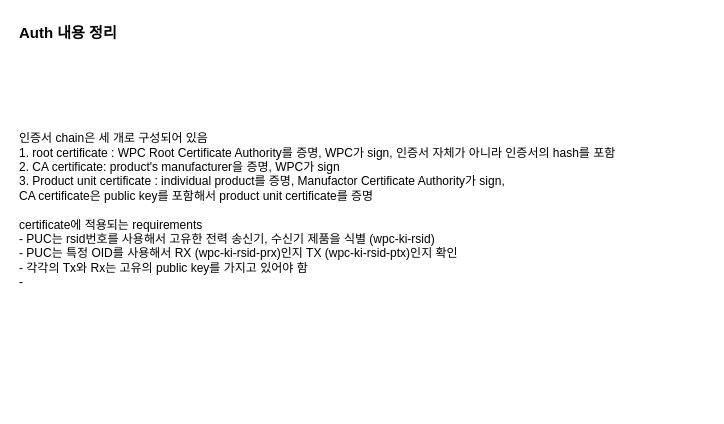
Earlier version of the draw.io diagram diagram/Auth.drawio (Jwoo0725/Ki). Source tidied: cells renumbered, new cells numbered last; positions are measured from the earlier drawing's top-left corner, leaving out a move shared by most shapes. Both pictures are drawn from the tidied source at 100%, with x=0, y=0 at pixel (17, 17).
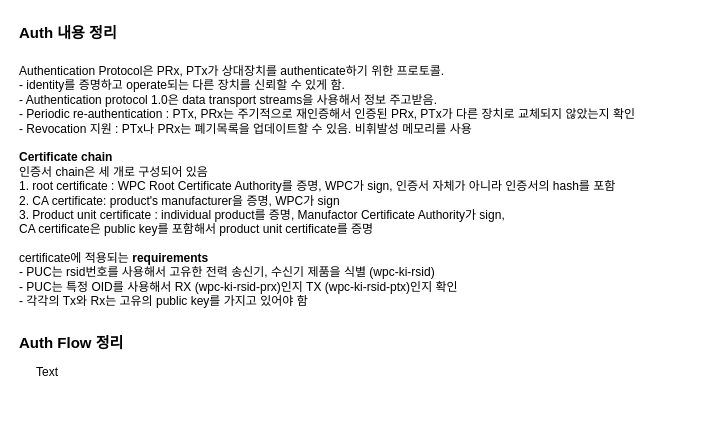
The same page after the edit.

Diff of the diagram source:
```diff
@@
 <mxGraphModel>
   <root>
     <mxCell id="0" />
     <mxCell id="1" parent="0" />
     <mxCell id="2" value="Auth 내용 정리" style="text;html=1;whiteSpace=wrap;strokeColor=none;fillColor=none;align=left;verticalAlign=middle;rounded=0;fontStyle=1;fontSize=15;" parent="1" vertex="1">
       <mxGeometry width="120" height="30" as="geometry" />
     </mxCell>
-    <mxCell id="3" value="인증서 chain은 세 개로 구성되어 있음&lt;div&gt;1. root certificate : WPC Root Certificate Authority를 증명, WPC가 sign, 인증서 자체가 아니라 인증서의 hash를 포함&lt;/div&gt;&lt;div&gt;2. CA certificate: product's manufacturer을 증명, WPC가 sign&lt;/div&gt;&lt;div&gt;3. Product unit certificate : individual product를 증명, Manufactor Certificate Authority가 sign,&lt;/div&gt;&lt;div&gt;CA certificate은 public key를 포함해서 product unit certificate를 증명&lt;/div&gt;&lt;div&gt;&lt;br&gt;&lt;/div&gt;&lt;div&gt;certificate에 적용되는 requirements&lt;/div&gt;&lt;div&gt;- PUC는 rsid번호를 사용해서 고유한 전력 송신기, 수신기 제품을 식별 (wpc-ki-rsid)&lt;/div&gt;&lt;div&gt;- PUC는 특정 OID를 사용해서 RX&lt;span style=&quot;background-color: transparent; color: light-dark(rgb(0, 0, 0), rgb(255, 255, 255));&quot;&gt;&amp;nbsp;&lt;/span&gt;&lt;span style=&quot;background-color: transparent; color: light-dark(rgb(0, 0, 0), rgb(255, 255, 255));&quot;&gt;(wpc-ki-rsid-prx)&lt;/span&gt;&lt;span style=&quot;background-color: transparent; color: light-dark(rgb(0, 0, 0), rgb(255, 255, 255));&quot;&gt;인지 TX&lt;/span&gt;&lt;span style=&quot;background-color: transparent; color: light-dark(rgb(0, 0, 0), rgb(255, 255, 255));&quot;&gt;&amp;nbsp;&lt;/span&gt;&lt;span style=&quot;background-color: transparent; color: light-dark(rgb(0, 0, 0), rgb(255, 255, 255));&quot;&gt;(wpc-ki-rsid-ptx)&lt;/span&gt;&lt;span style=&quot;background-color: transparent; color: light-dark(rgb(0, 0, 0), rgb(255, 255, 255));&quot;&gt;인지 확인&lt;/span&gt;&lt;/div&gt;&lt;div&gt;- 각각의 Tx와 Rx는 고유의 public key를 가지고 있어야 함&lt;/div&gt;&lt;div&gt;-&amp;nbsp;&lt;/div&gt;&lt;div&gt;&lt;br&gt;&lt;/div&gt;" style="text;html=1;whiteSpace=wrap;strokeColor=none;fillColor=none;align=left;verticalAlign=middle;rounded=0;" parent="1" vertex="1">
-      <mxGeometry y="10" width="690" height="380" as="geometry" />
+    <mxCell id="3" value="&lt;div&gt;Authentication Protocol은 PRx, PTx가 상대장치를 authenticate하기 위한 프로토콜.&lt;/div&gt;&lt;div&gt;- identity를 증명하고 operate되는 다른 장치를 신뢰할 수 있게 함.&amp;nbsp;&lt;/div&gt;&lt;div&gt;- Authentication protocol 1.0은 data transport streams을 사용해서 정보 주고받음.&amp;nbsp;&lt;/div&gt;&lt;div&gt;- Periodic re-authentication : PTx, PRx는 주기적으로 재인증해서 인증된 PRx, PTx가 다른 장치로 교체되지 않았는지 확인&lt;/div&gt;&lt;div&gt;- Revocation 지원 : PTx나 PRx는 폐기목록을 업데이트할 수 있음. 비휘발성 메모리를 사용&lt;/div&gt;&lt;div&gt;&lt;br&gt;&lt;/div&gt;&lt;div&gt;&lt;b&gt;Certificate chain&lt;/b&gt;&lt;/div&gt;인증서 chain은 세 개로 구성되어 있음&lt;div&gt;1. root certificate : WPC Root Certificate Authority를 증명, WPC가 sign, 인증서 자체가 아니라 인증서의 hash를 포함&lt;/div&gt;&lt;div&gt;2. CA certificate: product's manufacturer을 증명, WPC가 sign&lt;/div&gt;&lt;div&gt;3. Product unit certificate : individual product를 증명, Manufactor Certificate Authority가 sign,&lt;/div&gt;&lt;div&gt;CA certificate은 public key를 포함해서 product unit certificate를 증명&lt;/div&gt;&lt;div&gt;&lt;br&gt;&lt;/div&gt;&lt;div&gt;certificate에 적용되는 &lt;b&gt;requirements&lt;/b&gt;&lt;/div&gt;&lt;div&gt;- PUC는 rsid번호를 사용해서 고유한 전력 송신기, 수신기 제품을 식별 (wpc-ki-rsid)&lt;/div&gt;&lt;div&gt;- PUC는 특정 OID를 사용해서 RX&lt;span style=&quot;background-color: transparent; color: light-dark(rgb(0, 0, 0), rgb(255, 255, 255));&quot;&gt;&amp;nbsp;&lt;/span&gt;&lt;span style=&quot;background-color: transparent; color: light-dark(rgb(0, 0, 0), rgb(255, 255, 255));&quot;&gt;(wpc-ki-rsid-prx)&lt;/span&gt;&lt;span style=&quot;background-color: transparent; color: light-dark(rgb(0, 0, 0), rgb(255, 255, 255));&quot;&gt;인지 TX&lt;/span&gt;&lt;span style=&quot;background-color: transparent; color: light-dark(rgb(0, 0, 0), rgb(255, 255, 255));&quot;&gt;&amp;nbsp;&lt;/span&gt;&lt;span style=&quot;background-color: transparent; color: light-dark(rgb(0, 0, 0), rgb(255, 255, 255));&quot;&gt;(wpc-ki-rsid-ptx)&lt;/span&gt;&lt;span style=&quot;background-color: transparent; color: light-dark(rgb(0, 0, 0), rgb(255, 255, 255));&quot;&gt;인지 확인&lt;/span&gt;&lt;/div&gt;&lt;div&gt;- 각각의 Tx와 Rx는 고유의 public key를 가지고 있어야 함&lt;/div&gt;" style="text;html=1;whiteSpace=wrap;strokeColor=none;fillColor=none;align=left;verticalAlign=top;rounded=0;labelPosition=center;verticalLabelPosition=middle;" parent="1" vertex="1">
+      <mxGeometry y="40" width="640" height="180" as="geometry" />
     </mxCell>
+    <mxCell id="4" value="Auth Flow 정리" style="text;html=1;whiteSpace=wrap;strokeColor=none;fillColor=none;align=left;verticalAlign=middle;rounded=0;fontStyle=1;fontSize=15;" parent="1" vertex="1">
+      <mxGeometry y="310" width="120" height="30" as="geometry" />
+    </mxCell>
+    <mxCell id="5" value="Text" style="text;html=1;whiteSpace=wrap;strokeColor=none;fillColor=none;align=center;verticalAlign=middle;rounded=0;" parent="1" vertex="1">
+      <mxGeometry y="340" width="60" height="30" as="geometry" />
+    </mxCell>
   </root>
 </mxGraphModel>
```
